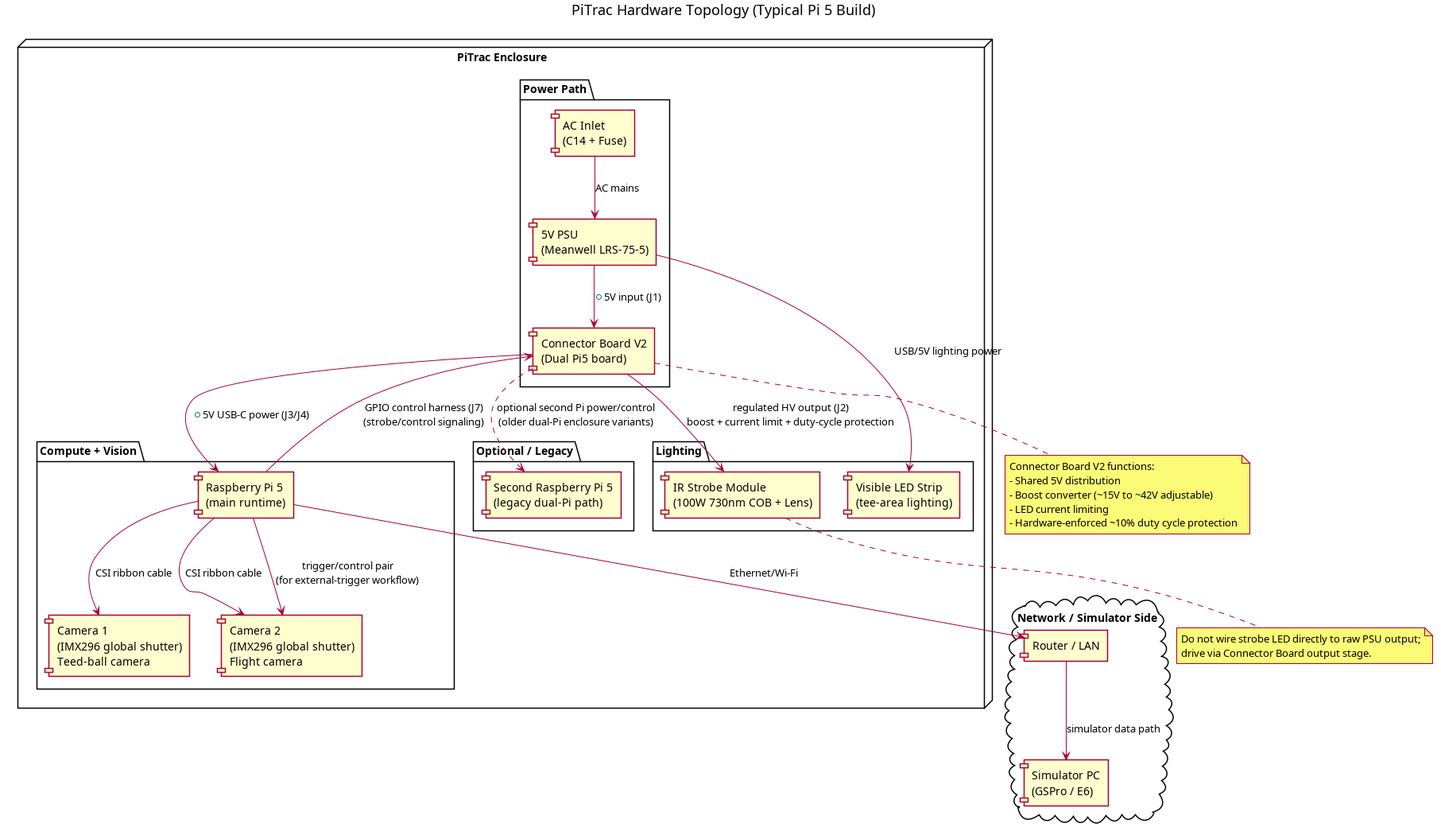
The PlantUML diagram assets/images/hardware-topology.png in digitalhand/pitrac-light, before a commit. Its source is kept beside it as assets/diagram/hardware-topology.puml.
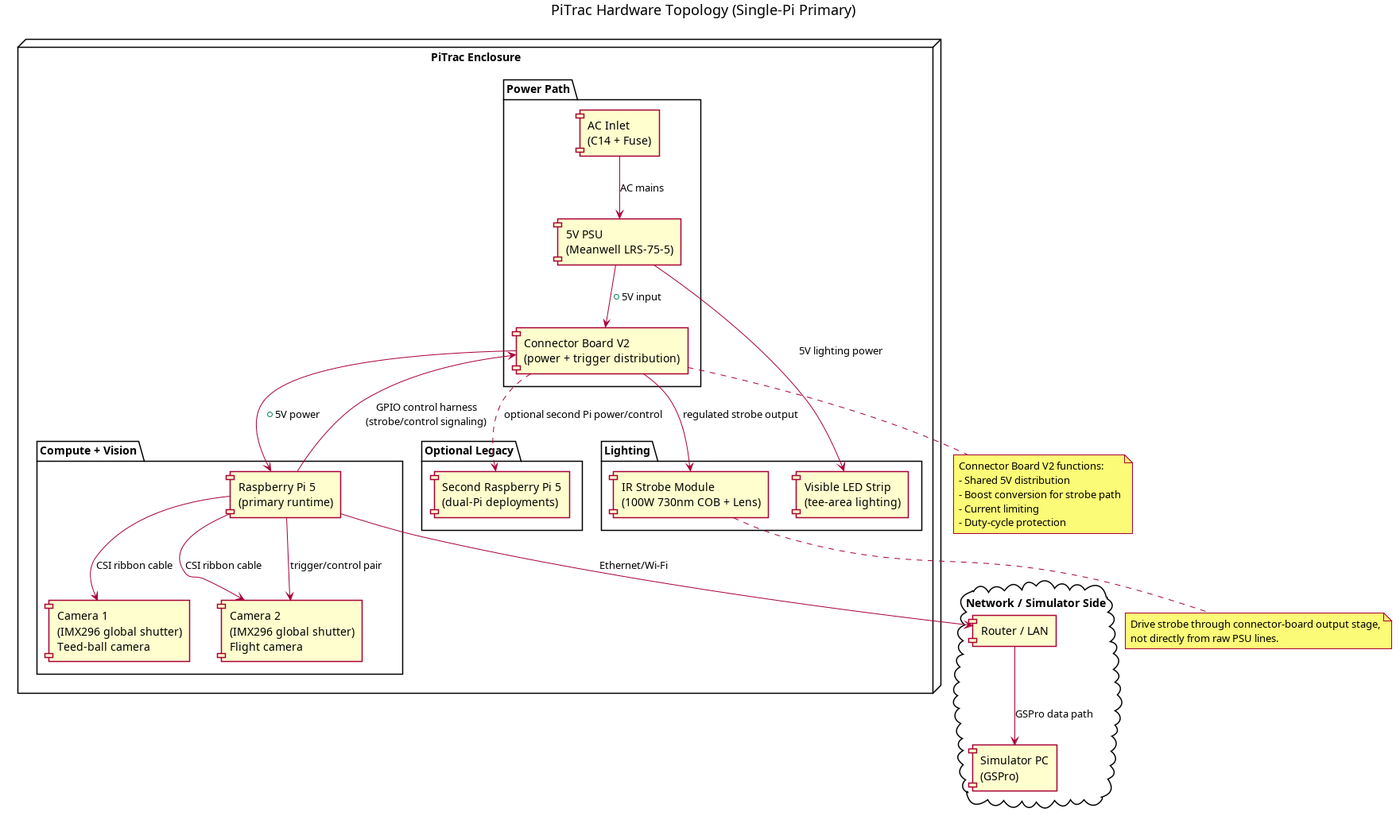
After the change.

What changed in the source:
```diff
@@ -1,5 +1,5 @@
 @startuml
-title PiTrac Hardware Topology (Typical Pi 5 Build)
+title PiTrac Hardware Topology (Single-Pi Primary)
 
 skinparam shadowing false
 skinparam backgroundColor white
@@ -10,11 +10,11 @@
   package "Power Path" {
     [AC Inlet\n(C14 + Fuse)] as ac_in
     [5V PSU\n(Meanwell LRS-75-5)] as psu5v
-    [Connector Board V2\n(Dual Pi5 board)] as cb
+    [Connector Board V2\n(power + trigger distribution)] as cb
   }
 
   package "Compute + Vision" {
-    [Raspberry Pi 5\n(main runtime)] as pi5
+    [Raspberry Pi 5\n(primary runtime)] as pi5
     [Camera 1\n(IMX296 global shutter)\nTeed-ball camera] as cam1
     [Camera 2\n(IMX296 global shutter)\nFlight camera] as cam2
   }
@@ -24,8 +24,8 @@
     [Visible LED Strip\n(tee-area lighting)] as led_strip
   }
 
-  package "Optional / Legacy" {
-    [Second Raspberry Pi 5\n(legacy dual-Pi path)] as pi5b
+  package "Optional Legacy" {
+    [Second Raspberry Pi 5\n(dual-Pi deployments)] as pi5b
   }
 }
 
@@ -35,34 +35,33 @@
 }
 
 ac_in --> psu5v : AC mains
-psu5v --> cb : +5V input (J1)
-cb --> pi5 : +5V USB-C power (J3/J4)
+psu5v --> cb : +5V input
+cb --> pi5 : +5V power
 
 pi5 --> cam1 : CSI ribbon cable
 pi5 --> cam2 : CSI ribbon cable
-pi5 --> cam2 : trigger/control pair\n(for external-trigger workflow)
+pi5 --> cam2 : trigger/control pair
 
-pi5 --> cb : GPIO control harness (J7)\n(strobe/control signaling)
-cb --> ir_strobe : regulated HV output (J2)\nboost + current limit + duty-cycle protection
-
-psu5v --> led_strip : USB/5V lighting power
+pi5 --> cb : GPIO control harness\n(strobe/control signaling)
+cb --> ir_strobe : regulated strobe output
+psu5v --> led_strip : 5V lighting power
 
 pi5 --> lan : Ethernet/Wi-Fi
-lan --> simpc : simulator data path
+lan --> simpc : GSPro data path
 
-cb ..> pi5b : optional second Pi power/control\n(older dual-Pi enclosure variants)
+cb ..> pi5b : optional second Pi power/control
 
 note bottom of cb
 Connector Board V2 functions:
 - Shared 5V distribution
-- Boost converter (~15V to ~42V adjustable)
-- LED current limiting
-- Hardware-enforced ~10% duty cycle protection
+- Boost conversion for strobe path
+- Current limiting
+- Duty-cycle protection
 end note
 
 note bottom of ir_strobe
-Do not wire strobe LED directly to raw PSU output;
-drive via Connector Board output stage.
+Drive strobe through connector-board output stage,
+not directly from raw PSU lines.
 end note
 
 @enduml
```
